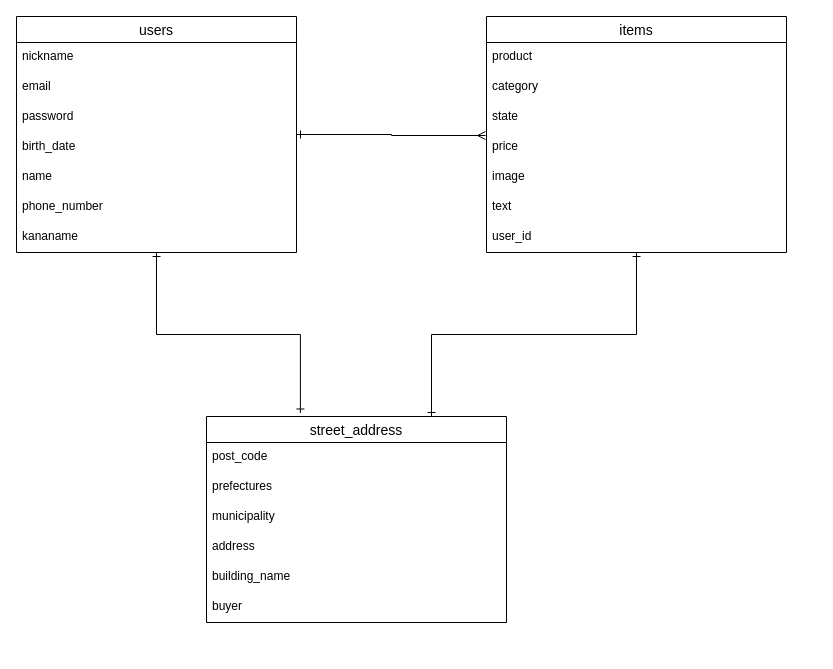
Earlier version of the draw.io diagram furima.dio (junkobayashi11/furima-33993). Source tidied: cells renumbered, new cells numbered last; positions are measured from the earlier drawing's top-left corner, leaving out a move shared by most shapes. Both pictures are drawn from the tidied source at 100%, with x=0, y=0 at pixel (16, 16).
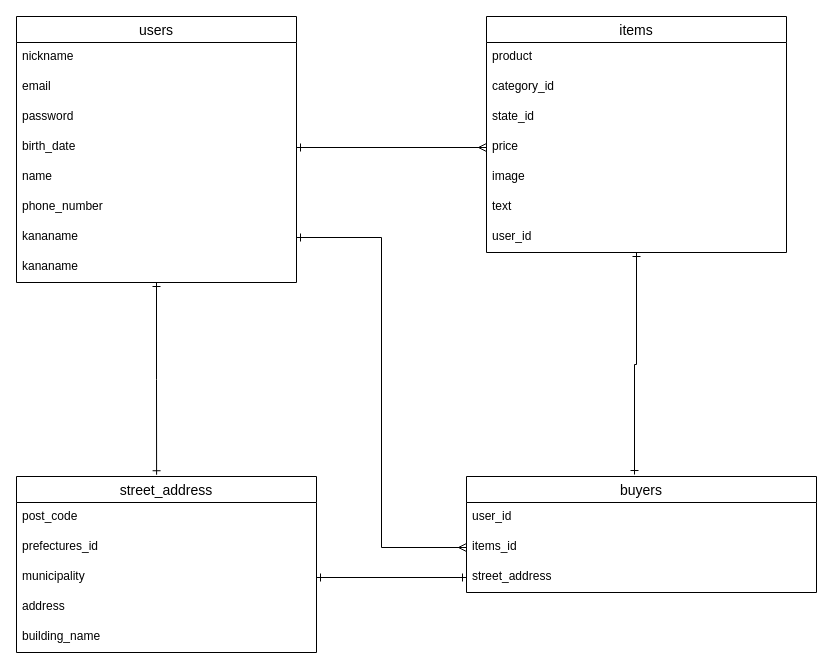
After the change.

Commit message (it also covers changes not shown here):
ER図、README修正

The change refers to these unchanged cells:
```xml
<mxCell id="8" value="birth_date" style="text;strokeColor=none;fillColor=none;spacingLeft=4;spacingRight=4;overflow=hidden;points=[[0,0.5],[1,0.5]];portConstraint=eastwest;fontSize=12;" parent="4" vertex="1">
  <mxGeometry y="116" width="280" height="30" as="geometry" />
</mxCell>
<mxCell id="11" value="kananame" style="text;strokeColor=none;fillColor=none;spacingLeft=4;spacingRight=4;overflow=hidden;points=[[0,0.5],[1,0.5]];portConstraint=eastwest;fontSize=12;" parent="4" vertex="1">
  <mxGeometry y="206" width="280" height="30" as="geometry" />
</mxCell>
<mxCell id="13" value="items" style="swimlane;fontStyle=0;horizontal=1;startSize=26;align=center;fontSize=14;verticalAlign=middle;" parent="1" vertex="1">
  <mxGeometry x="470" width="300" height="236" as="geometry" />
</mxCell>
<mxCell id="17" value="price" style="text;strokeColor=none;fillColor=none;spacingLeft=4;spacingRight=4;overflow=hidden;points=[[0,0.5],[1,0.5]];portConstraint=eastwest;fontSize=12;" parent="13" vertex="1">
  <mxGeometry y="116" width="300" height="30" as="geometry" />
</mxCell>
<mxCell id="24" value="municipality" style="text;strokeColor=none;fillColor=none;spacingLeft=4;spacingRight=4;overflow=hidden;points=[[0,0.5],[1,0.5]];portConstraint=eastwest;fontSize=12;" parent="21" vertex="1">
  <mxGeometry y="86" width="300" height="30" as="geometry" />
</mxCell>
```

The edit, as a diff of the source:
```diff
@@
-    <mxCell id="2" style="edgeStyle=orthogonalEdgeStyle;rounded=0;jettySize=auto;html=1;entryX=0.313;entryY=-0.017;entryDx=0;entryDy=0;startArrow=ERone;startFill=0;endArrow=ERone;endFill=0;entryPerimeter=0;" parent="1" edge="1" source="4" target="21">
+    <mxCell id="2" style="edgeStyle=orthogonalEdgeStyle;rounded=0;jettySize=auto;html=1;entryX=0.467;entryY=-0.01;entryDx=0;entryDy=0;entryPerimeter=0;endArrow=ERone;endFill=0;startArrow=ERone;startFill=0;" parent="1" edge="1" source="4" target="21">
       <mxGeometry relative="1" as="geometry" />
     </mxCell>
-    <mxCell id="3" style="edgeStyle=orthogonalEdgeStyle;rounded=0;jettySize=auto;html=1;entryX=-0.003;entryY=0.1;entryDx=0;entryDy=0;entryPerimeter=0;startArrow=ERone;startFill=0;endArrow=ERmany;endFill=0;" parent="1" edge="1" source="4" target="17">
-      <mxGeometry relative="1" as="geometry" />
-    </mxCell>
     <mxCell id="4" value="users" style="swimlane;fontStyle=0;horizontal=1;startSize=26;align=center;fontSize=14;" parent="1" vertex="1">
-      <mxGeometry width="280" height="236" as="geometry" />
+      <mxGeometry width="280" height="266" as="geometry" />
     </mxCell>
@@
-    <mxCell id="12" style="edgeStyle=orthogonalEdgeStyle;rounded=0;jettySize=auto;html=1;entryX=0.75;entryY=0;entryDx=0;entryDy=0;startArrow=ERone;startFill=0;endArrow=ERone;endFill=0;" parent="1" edge="1" source="13" target="21">
-      <mxGeometry relative="1" as="geometry" />
-    </mxCell>
+    <mxCell id="28" value="kananame" style="text;strokeColor=none;fillColor=none;spacingLeft=4;spacingRight=4;overflow=hidden;fontSize=12;" parent="4" vertex="1">
+      <mxGeometry y="236" width="280" height="30" as="geometry" />
+    </mxCell>
+    <mxCell id="29" style="edgeStyle=orthogonalEdgeStyle;rounded=0;jettySize=auto;html=1;entryX=0.48;entryY=-0.017;entryDx=0;entryDy=0;entryPerimeter=0;startArrow=ERone;startFill=0;endArrow=ERone;endFill=0;" parent="1" edge="1" source="13" target="30">
+      <mxGeometry relative="1" as="geometry" />
+    </mxCell>
@@
-    <mxCell id="15" value="category" style="text;strokeColor=none;fillColor=none;spacingLeft=4;spacingRight=4;overflow=hidden;fontSize=12;" parent="13" vertex="1">
+    <mxCell id="15" value="category_id" style="text;strokeColor=none;fillColor=none;spacingLeft=4;spacingRight=4;overflow=hidden;fontSize=12;" parent="13" vertex="1">
       <mxGeometry y="56" width="300" height="30" as="geometry" />
     </mxCell>
-    <mxCell id="16" value="state" style="text;strokeColor=none;fillColor=none;spacingLeft=4;spacingRight=4;overflow=hidden;fontSize=12;" parent="13" vertex="1">
+    <mxCell id="16" value="state_id" style="text;strokeColor=none;fillColor=none;spacingLeft=4;spacingRight=4;overflow=hidden;fontSize=12;" parent="13" vertex="1">
       <mxGeometry y="86" width="300" height="30" as="geometry" />
     </mxCell>
@@
     <mxCell id="21" value="street_address" style="swimlane;fontStyle=0;horizontal=1;startSize=26;align=center;fontSize=14;" parent="1" vertex="1">
-      <mxGeometry x="190" y="400" width="300" height="206" as="geometry" />
+      <mxGeometry y="460" width="300" height="176" as="geometry" />
     </mxCell>
@@
-    <mxCell id="23" value="prefectures" style="text;strokeColor=none;fillColor=none;spacingLeft=4;spacingRight=4;overflow=hidden;fontSize=12;" parent="21" vertex="1">
+    <mxCell id="23" value="prefectures_id" style="text;strokeColor=none;fillColor=none;spacingLeft=4;spacingRight=4;overflow=hidden;fontSize=12;" parent="21" vertex="1">
       <mxGeometry y="56" width="300" height="30" as="geometry" />
     </mxCell>
@@
-    <mxCell id="27" value="buyer" style="text;strokeColor=none;fillColor=none;spacingLeft=4;spacingRight=4;overflow=hidden;fontSize=12;" parent="21" vertex="1">
-      <mxGeometry y="176" width="300" height="30" as="geometry" />
-    </mxCell>
+    <mxCell id="30" value="buyers" style="swimlane;fontStyle=0;horizontal=1;startSize=26;align=center;fontSize=14;" parent="1" vertex="1">
+      <mxGeometry x="450" y="460" width="350" height="116" as="geometry" />
+    </mxCell>
+    <mxCell id="31" value="user_id" style="text;strokeColor=none;fillColor=none;spacingLeft=4;spacingRight=4;overflow=hidden;fontSize=12;" parent="30" vertex="1">
+      <mxGeometry y="26" width="350" height="30" as="geometry" />
+    </mxCell>
+    <mxCell id="32" value="items_id" style="text;strokeColor=none;fillColor=none;spacingLeft=4;spacingRight=4;overflow=hidden;points=[[0,0.5],[1,0.5]];portConstraint=eastwest;fontSize=12;" parent="30" vertex="1">
+      <mxGeometry y="56" width="350" height="30" as="geometry" />
+    </mxCell>
+    <mxCell id="33" value="street_address" style="text;strokeColor=none;fillColor=none;spacingLeft=4;spacingRight=4;overflow=hidden;points=[[0,0.5],[1,0.5]];portConstraint=eastwest;fontSize=12;" parent="30" vertex="1">
+      <mxGeometry y="86" width="350" height="30" as="geometry" />
+    </mxCell>
+    <mxCell id="34" style="edgeStyle=orthogonalEdgeStyle;rounded=0;jettySize=auto;html=1;entryX=0;entryY=0.5;entryDx=0;entryDy=0;startArrow=ERone;startFill=0;endArrow=ERmany;endFill=0;" parent="1" edge="1" source="11" target="32">
+      <mxGeometry relative="1" as="geometry" />
+    </mxCell>
+    <mxCell id="35" style="edgeStyle=orthogonalEdgeStyle;rounded=0;jettySize=auto;html=1;entryX=0;entryY=0.5;entryDx=0;entryDy=0;startArrow=ERone;startFill=0;endArrow=ERone;endFill=0;" parent="1" edge="1" source="24" target="33">
+      <mxGeometry relative="1" as="geometry" />
+    </mxCell>
+    <mxCell id="36" style="edgeStyle=orthogonalEdgeStyle;rounded=0;jettySize=auto;html=1;entryX=0;entryY=0.5;entryDx=0;entryDy=0;startArrow=ERone;startFill=0;endArrow=ERmany;endFill=0;" parent="1" edge="1" source="8" target="17">
+      <mxGeometry relative="1" as="geometry" />
+    </mxCell>
```
